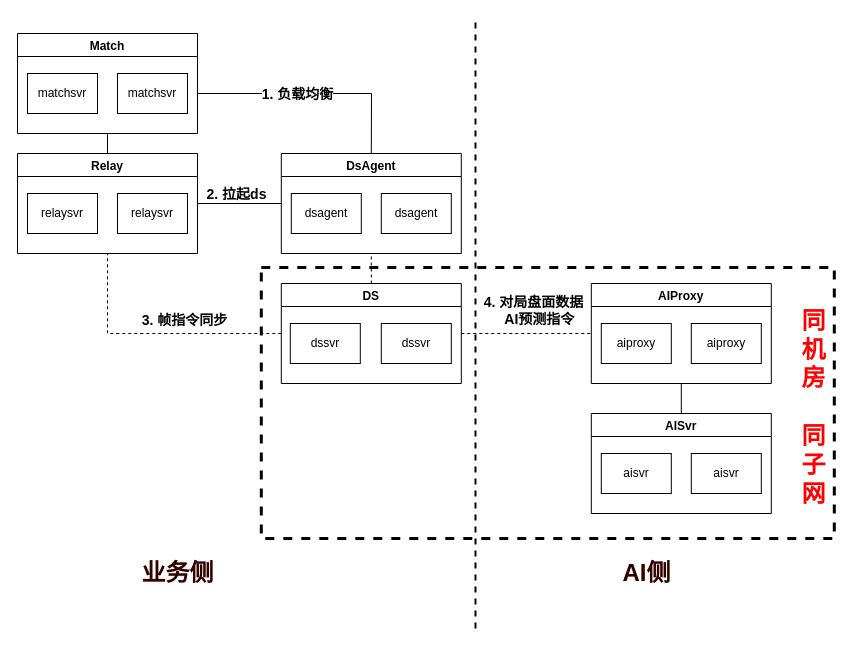
Earlier version of the draw.io diagram page "NISHIKI AI" (3 of 10) of NISHIKI架构.drawio (Memoryss/NISHIKI). Source tidied: cells renumbered, new cells numbered last; positions are measured from the earlier drawing's top-left corner, leaving out a move shared by most shapes. Both pictures are drawn from the tidied source at 100%, with x=0, y=0 at pixel (17, 18).
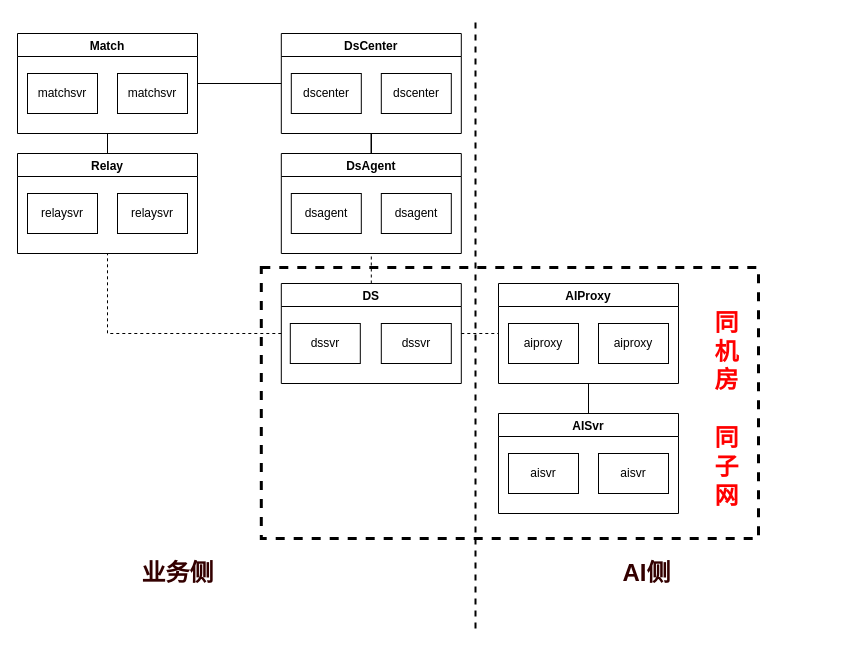
The same diagram, later.

The change refers to these unchanged cells:
```xml
<mxCell id="9" value="Match" style="swimlane;" parent="1" vertex="1">
  <mxGeometry y="15" width="180" height="100" as="geometry" />
</mxCell>
<mxCell id="12" value="DsAgent" style="swimlane;" parent="1" vertex="1">
  <mxGeometry x="263.8" y="135" width="180" height="100" as="geometry" />
</mxCell>
<mxCell id="17" value="Relay" style="swimlane;" parent="1" vertex="1">
  <mxGeometry y="135" width="180" height="100" as="geometry" />
</mxCell>
<mxCell id="29" style="endArrow=none;dashed=1;html=1;rounded=0;entryX=0.5;entryY=1;entryDx=0;entryDy=0;exitX=0;exitY=0.5;exitDx=0;exitDy=0;" parent="1" edge="1" source="20" target="17">
  <mxGeometry relative="1" as="geometry">
    <Array as="points">
      <mxPoint x="90" y="315" />
    </Array>
  </mxGeometry>
</mxCell>
```

What changed in the source:
```diff
@@
     <mxCell id="2" style="rounded=0;whiteSpace=wrap;html=1;dashed=1;strokeWidth=3;fillColor=none;" parent="1" vertex="1">
-      <mxGeometry x="243.8" y="249" width="573" height="271" as="geometry" />
+      <mxGeometry x="243.8" y="249" width="497.2" height="271" as="geometry" />
     </mxCell>
     <mxCell id="3" value="AIProxy" style="swimlane;" parent="1" vertex="1">
-      <mxGeometry x="573.8" y="265" width="180" height="100" as="geometry" />
+      <mxGeometry x="481" y="265" width="180" height="100" as="geometry" />
     </mxCell>
@@
     <mxCell id="6" value="AISvr" style="swimlane;" parent="1" vertex="1">
-      <mxGeometry x="573.8" y="395" width="180" height="100" as="geometry" />
+      <mxGeometry x="481" y="395" width="180" height="100" as="geometry" />
     </mxCell>
@@
+    <mxCell id="37" style="edgeStyle=orthogonalEdgeStyle;rounded=0;jettySize=auto;html=1;exitX=1;exitY=0.5;exitDx=0;exitDy=0;entryX=0;entryY=0.5;entryDx=0;entryDy=0;endArrow=none;endFill=0;" parent="1" edge="1" source="9" target="39">
+      <mxGeometry relative="1" as="geometry" />
+    </mxCell>
@@
-    <mxCell id="15" style="edgeStyle=orthogonalEdgeStyle;rounded=0;jumpSize=6;jettySize=auto;html=1;exitX=1;exitY=0.5;exitDx=0;exitDy=0;entryX=0;entryY=0.5;entryDx=0;entryDy=0;fontSize=14;strokeWidth=1;endArrow=none;endFill=0;" parent="1" edge="1" source="17" target="12">
-      <mxGeometry relative="1" as="geometry" />
-    </mxCell>
-    <mxCell id="16" value="&lt;b&gt;2. 拉起ds&lt;/b&gt;" style="edgeLabel;html=1;align=center;verticalAlign=middle;fontSize=14;" parent="15" vertex="1">
-      <mxGeometry x="-0.18" relative="1" as="geometry">
-        <mxPoint x="4" y="-10" as="offset" />
-      </mxGeometry>
-    </mxCell>
@@
-    <mxCell id="26" style="endArrow=none;html=1;rounded=0;entryX=0.5;entryY=0;entryDx=0;entryDy=0;" parent="1" edge="1" target="12">
-      <mxGeometry relative="1" as="geometry">
-        <mxPoint x="180" y="75" as="sourcePoint" />
-        <Array as="points">
-          <mxPoint x="354" y="75" />
-        </Array>
-      </mxGeometry>
-    </mxCell>
-    <mxCell id="27" value="1. 负载均衡" style="edgeLabel;html=1;align=center;verticalAlign=middle;fontStyle=1;fontSize=14;" parent="26" vertex="1">
-      <mxGeometry x="0.11" y="-1" relative="1" as="geometry">
-        <mxPoint x="-31" y="-1" as="offset" />
-      </mxGeometry>
-    </mxCell>
@@
-    <mxCell id="30" value="&lt;b&gt;3. 帧指令同步&lt;/b&gt;" style="edgeLabel;html=1;align=center;verticalAlign=middle;fontSize=14;" parent="29" vertex="1">
-      <mxGeometry x="-0.1" y="2" relative="1" as="geometry">
-        <mxPoint x="17" y="-16" as="offset" />
-      </mxGeometry>
-    </mxCell>
-    <mxCell id="31" style="endArrow=classic;html=1;rounded=0;" parent="1" edge="1">
-      <mxGeometry relative="1" as="geometry">
-        <mxPoint x="479" y="300" as="sourcePoint" />
-        <mxPoint x="539" y="300" as="targetPoint" />
-      </mxGeometry>
-    </mxCell>
-    <mxCell id="32" value="&lt;font style=&quot;font-size: 14px&quot;&gt;&lt;b&gt;4. 对局盘面数据&lt;br&gt;&amp;nbsp; &amp;nbsp;AI预测指令&lt;/b&gt;&lt;/font&gt;" style="edgeLabel;html=1;align=center;verticalAlign=middle;" parent="31" vertex="1">
-      <mxGeometry x="-0.51" y="3" relative="1" as="geometry">
-        <mxPoint x="21" y="-6" as="offset" />
-      </mxGeometry>
-    </mxCell>
     <mxCell id="33" value="&lt;font style=&quot;font-size: 24px&quot; color=&quot;#ff0000&quot;&gt;&lt;b&gt;同&lt;br&gt;机&lt;br&gt;房&lt;br&gt;&lt;br&gt;同&lt;br&gt;子&lt;br&gt;网&lt;/b&gt;&lt;/font&gt;" style="text;html=1;align=center;verticalAlign=middle;strokeColor=none;fillColor=none;" parent="1" vertex="1">
-      <mxGeometry x="778.8" y="325" width="34" height="127" as="geometry" />
+      <mxGeometry x="692" y="327" width="34" height="127" as="geometry" />
     </mxCell>
@@
+    <mxCell id="38" style="edgeStyle=orthogonalEdgeStyle;rounded=0;jettySize=auto;html=1;entryX=0.5;entryY=0;entryDx=0;entryDy=0;endArrow=none;endFill=0;" parent="1" edge="1" source="39" target="12">
+      <mxGeometry relative="1" as="geometry" />
+    </mxCell>
+    <mxCell id="39" value="DsCenter" style="swimlane;" parent="1" vertex="1">
+      <mxGeometry x="263.8" y="15" width="180" height="100" as="geometry" />
+    </mxCell>
+    <mxCell id="40" value="dscenter" style="whiteSpace=wrap;html=1;" parent="39" vertex="1">
+      <mxGeometry x="10" y="40" width="70" height="40" as="geometry" />
+    </mxCell>
+    <mxCell id="41" value="dscenter" style="whiteSpace=wrap;html=1;" parent="39" vertex="1">
+      <mxGeometry x="100" y="40" width="70" height="40" as="geometry" />
+    </mxCell>
```
